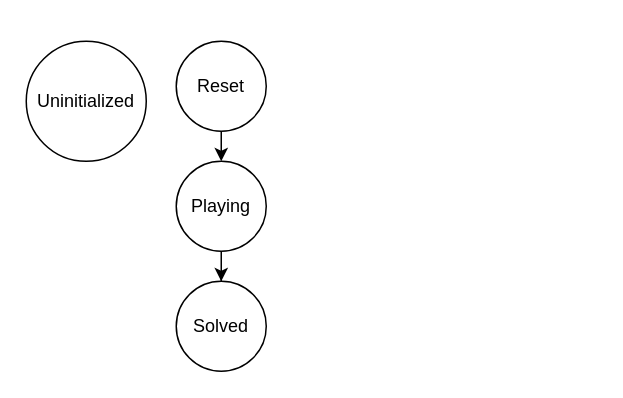
This is page "puzzle-module-common-state" (7 of 12) of docs/figs.drawio from lonkaars/puzzelbox, a draw.io file, before an edit. Source tidied: cells renumbered, new cells numbered last; positions are measured from the earlier drawing's top-left corner, leaving out a move shared by most shapes. Both pictures are drawn from the tidied source at 150%, with x=0, y=0 at pixel (26, 40).
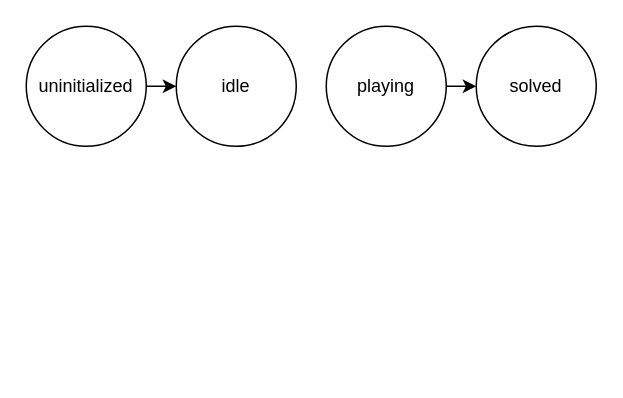
Above is the later version.

What changed in the source:
```diff
@@
 <mxGraphModel>
   <root>
     <mxCell id="0" />
     <mxCell id="1" parent="0" />
+    <mxCell id="8" style="rounded=0;jettySize=auto;html=1;" parent="1" edge="1" source="2" target="4">
+      <mxGeometry relative="1" as="geometry" />
+    </mxCell>
-    <mxCell id="2" value="Uninitialized" style="ellipse;whiteSpace=wrap;html=1;fontFamily=Arial;" parent="1" vertex="1">
-      <mxGeometry width="80" height="80" as="geometry" />
+    <mxCell id="2" value="uninitialized" style="ellipse;whiteSpace=wrap;html=1;fontFamily=Arial;" parent="1" vertex="1">
+      <mxGeometry y="-10" width="80" height="80" as="geometry" />
     </mxCell>
-    <mxCell id="3" style="rounded=0;jettySize=auto;html=1;fontFamily=Arial;" parent="1" edge="1" source="4" target="6">
-      <mxGeometry relative="1" as="geometry" />
-    </mxCell>
-    <mxCell id="4" value="Reset" style="ellipse;whiteSpace=wrap;html=1;fontFamily=Arial;" parent="1" vertex="1">
-      <mxGeometry x="100" width="60" height="60" as="geometry" />
+    <mxCell id="4" value="idle" style="ellipse;whiteSpace=wrap;html=1;fontFamily=Arial;" parent="1" vertex="1">
+      <mxGeometry x="100" y="-10" width="80" height="80" as="geometry" />
     </mxCell>
-    <mxCell id="5" style="edgeStyle=orthogonalEdgeStyle;rounded=0;jettySize=auto;html=1;fontFamily=Arial;" parent="1" edge="1" source="6" target="7">
+    <mxCell id="5" style="rounded=0;jettySize=auto;html=1;fontFamily=Arial;" parent="1" edge="1" source="6" target="7">
       <mxGeometry relative="1" as="geometry" />
     </mxCell>
-    <mxCell id="6" value="Playing" style="ellipse;whiteSpace=wrap;html=1;fontFamily=Arial;" parent="1" vertex="1">
-      <mxGeometry x="100" y="80" width="60" height="60" as="geometry" />
+    <mxCell id="6" value="playing" style="ellipse;whiteSpace=wrap;html=1;fontFamily=Arial;" parent="1" vertex="1">
+      <mxGeometry x="200" y="-10" width="80" height="80" as="geometry" />
     </mxCell>
-    <mxCell id="7" value="Solved" style="ellipse;whiteSpace=wrap;html=1;fontFamily=Arial;" parent="1" vertex="1">
-      <mxGeometry x="100" y="160" width="60" height="60" as="geometry" />
+    <mxCell id="7" value="solved" style="ellipse;whiteSpace=wrap;html=1;fontFamily=Arial;" parent="1" vertex="1">
+      <mxGeometry x="300" y="-10" width="80" height="80" as="geometry" />
     </mxCell>
   </root>
 </mxGraphModel>
```
